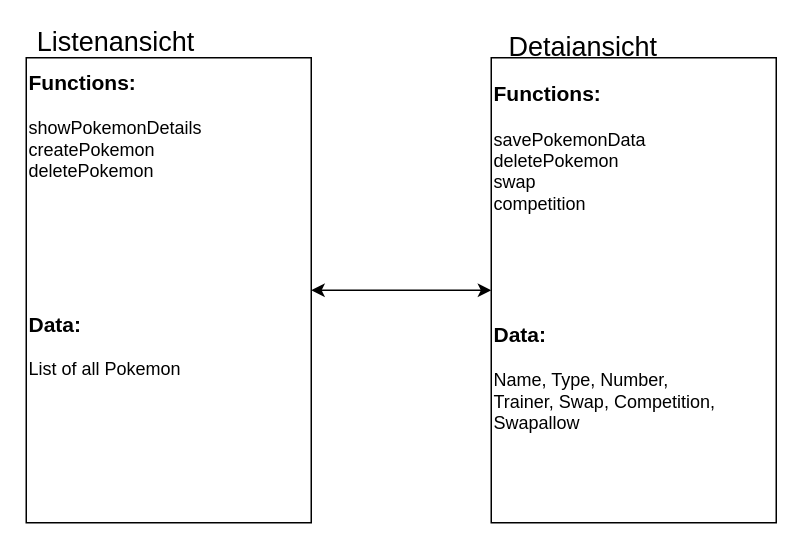
Before: Ws19/ISW/Untitled Diagram.drawio in FeDaas/Code, a draw.io diagram. Source tidied: cells renumbered, new cells numbered last; positions are measured from the earlier drawing's top-left corner, leaving out a move shared by most shapes. Both pictures are drawn from the tidied source at 150%, with x=0, y=0 at pixel (26, 27).
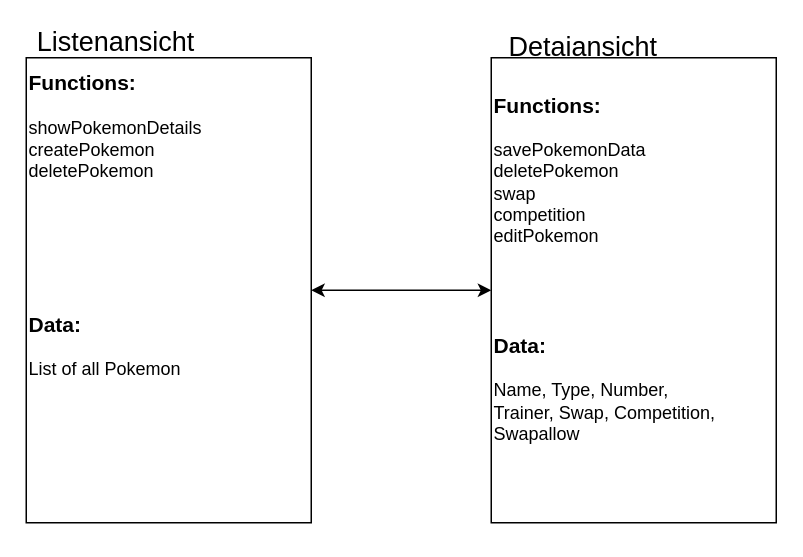
Above is the later version.

Change to the diagram source:
```diff
@@
 <mxGraphModel>
   <root>
     <mxCell id="0" />
     <mxCell id="1" parent="0" />
     <mxCell id="2" value="&lt;br&gt;&lt;font style=&quot;font-size: 14px&quot;&gt;&lt;b&gt;Functions:&lt;/b&gt;&lt;/font&gt;&lt;br&gt;&lt;br&gt;showPokemonDetails&lt;br&gt;createPokemon&lt;br&gt;deletePokemon&lt;br&gt;&lt;br&gt;&lt;br&gt;&lt;br&gt;&lt;br&gt;&lt;br&gt;&lt;br&gt;&lt;font style=&quot;font-size: 14px&quot;&gt;&lt;b&gt;Data:&lt;/b&gt;&lt;/font&gt;&lt;br&gt;&lt;br&gt;List of all Pokemon&lt;br&gt;&lt;br&gt;&lt;br&gt;&lt;br&gt;&lt;br&gt;&lt;br&gt;&lt;br&gt;&lt;br&gt;" style="rounded=0;whiteSpace=wrap;html=1;align=left;" parent="1" vertex="1">
       <mxGeometry y="20" width="190" height="310" as="geometry" />
     </mxCell>
     <mxCell id="3" value="&lt;font style=&quot;font-size: 18px&quot;&gt;Listenansicht&lt;/font&gt;" style="text;html=1;strokeColor=none;fillColor=none;align=center;verticalAlign=middle;whiteSpace=wrap;rounded=0;" parent="1" vertex="1">
       <mxGeometry x="40" width="40" height="20" as="geometry" />
     </mxCell>
-    <mxCell id="4" value="&lt;font style=&quot;font-size: 14px&quot;&gt;&lt;b&gt;Functions:&lt;/b&gt;&lt;/font&gt;&lt;br&gt;&lt;br&gt;savePokemonData&lt;br&gt;deletePokemon&lt;br&gt;swap&lt;br&gt;competition&lt;br&gt;&lt;br&gt;&lt;br&gt;&lt;br&gt;&lt;br&gt;&lt;br&gt;&lt;b&gt;&lt;font style=&quot;font-size: 14px&quot;&gt;Data:&lt;/font&gt;&lt;/b&gt;&lt;br&gt;&lt;br&gt;Name, Type, Number,&lt;br&gt;Trainer, Swap, Competition,&lt;br&gt;Swapallow&lt;br&gt;&lt;br&gt;&lt;br&gt;&lt;br&gt;" style="rounded=0;whiteSpace=wrap;html=1;align=left;" parent="1" vertex="1">
+    <mxCell id="4" value="&lt;font style=&quot;font-size: 14px&quot;&gt;&lt;b&gt;Functions:&lt;/b&gt;&lt;/font&gt;&lt;br&gt;&lt;br&gt;savePokemonData&lt;br&gt;deletePokemon&lt;br&gt;swap&lt;br&gt;competition&lt;br&gt;editPokemon&lt;br&gt;&lt;br&gt;&lt;br&gt;&lt;br&gt;&lt;br&gt;&lt;b&gt;&lt;font style=&quot;font-size: 14px&quot;&gt;Data:&lt;/font&gt;&lt;/b&gt;&lt;br&gt;&lt;br&gt;Name, Type, Number,&lt;br&gt;Trainer, Swap, Competition,&lt;br&gt;Swapallow&lt;br&gt;&lt;br&gt;&lt;br&gt;" style="rounded=0;whiteSpace=wrap;html=1;align=left;" parent="1" vertex="1">
       <mxGeometry x="310" y="20" width="190" height="310" as="geometry" />
     </mxCell>
     <mxCell id="5" value="&lt;font style=&quot;font-size: 18px&quot;&gt;Detaiansicht&lt;/font&gt;" style="text;html=1;align=left;verticalAlign=top;spacingTop=-4;" parent="1" vertex="1">
       <mxGeometry x="320" width="110" height="20" as="geometry" />
     </mxCell>
     <mxCell id="6" style="endArrow=classic;startArrow=classic;html=1;entryX=0;entryY=0.5;entryDx=0;entryDy=0;exitX=1;exitY=0.5;exitDx=0;exitDy=0;" parent="1" edge="1" source="2" target="4">
       <mxGeometry relative="1" as="geometry" />
     </mxCell>
   </root>
 </mxGraphModel>
```
